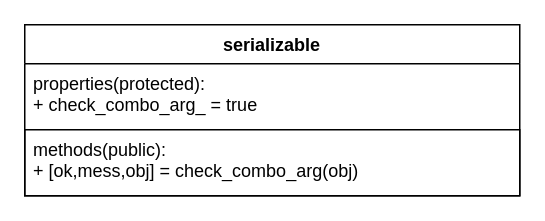
Before: page "validation_interface" (2 of 2) of documentation/diagrams/Serializable_validity.drawio in pace-neutrons/Horace, a draw.io diagram. Source tidied: cells renumbered, new cells numbered last; positions are measured from the earlier drawing's top-left corner, leaving out a move shared by most shapes. Both pictures are drawn from the tidied source at 150%, with x=0, y=0 at pixel (24, 24).
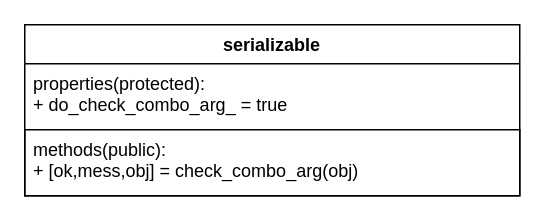
The same diagram, later.

Commit message (it also covers changes not shown here):
Re #803 more changes according to review

Change to the diagram source:
```diff
@@
 <mxGraphModel>
   <root>
     <mxCell id="0" />
     <mxCell id="1" parent="0" />
     <mxCell id="2" value="serializable" style="swimlane;fontStyle=1;align=center;verticalAlign=top;horizontal=1;startSize=26;" parent="1" vertex="1">
       <mxGeometry width="330" height="114" as="geometry" />
     </mxCell>
-    <mxCell id="3" value="properties(protected):&#10;+ check_combo_arg_ = true&#10;&#10;" style="text;strokeColor=none;fillColor=none;align=left;verticalAlign=top;spacingLeft=4;spacingRight=4;overflow=hidden;" parent="2" vertex="1">
+    <mxCell id="3" value="properties(protected):&#10;+ do_check_combo_arg_ = true&#10;&#10;" style="text;strokeColor=none;fillColor=none;align=left;verticalAlign=top;spacingLeft=4;spacingRight=4;overflow=hidden;" parent="2" vertex="1">
       <mxGeometry y="26" width="330" height="44" as="geometry" />
     </mxCell>
     <mxCell id="4" value="methods(public):&#10;+ [ok,mess,obj] = check_combo_arg(obj)&#10;&#10;" style="text;fillColor=none;align=left;verticalAlign=top;spacingLeft=4;spacingRight=4;overflow=hidden;strokeColor=#000000;" parent="2" vertex="1">
       <mxGeometry y="70" width="330" height="44" as="geometry" />
     </mxCell>
   </root>
 </mxGraphModel>
```
